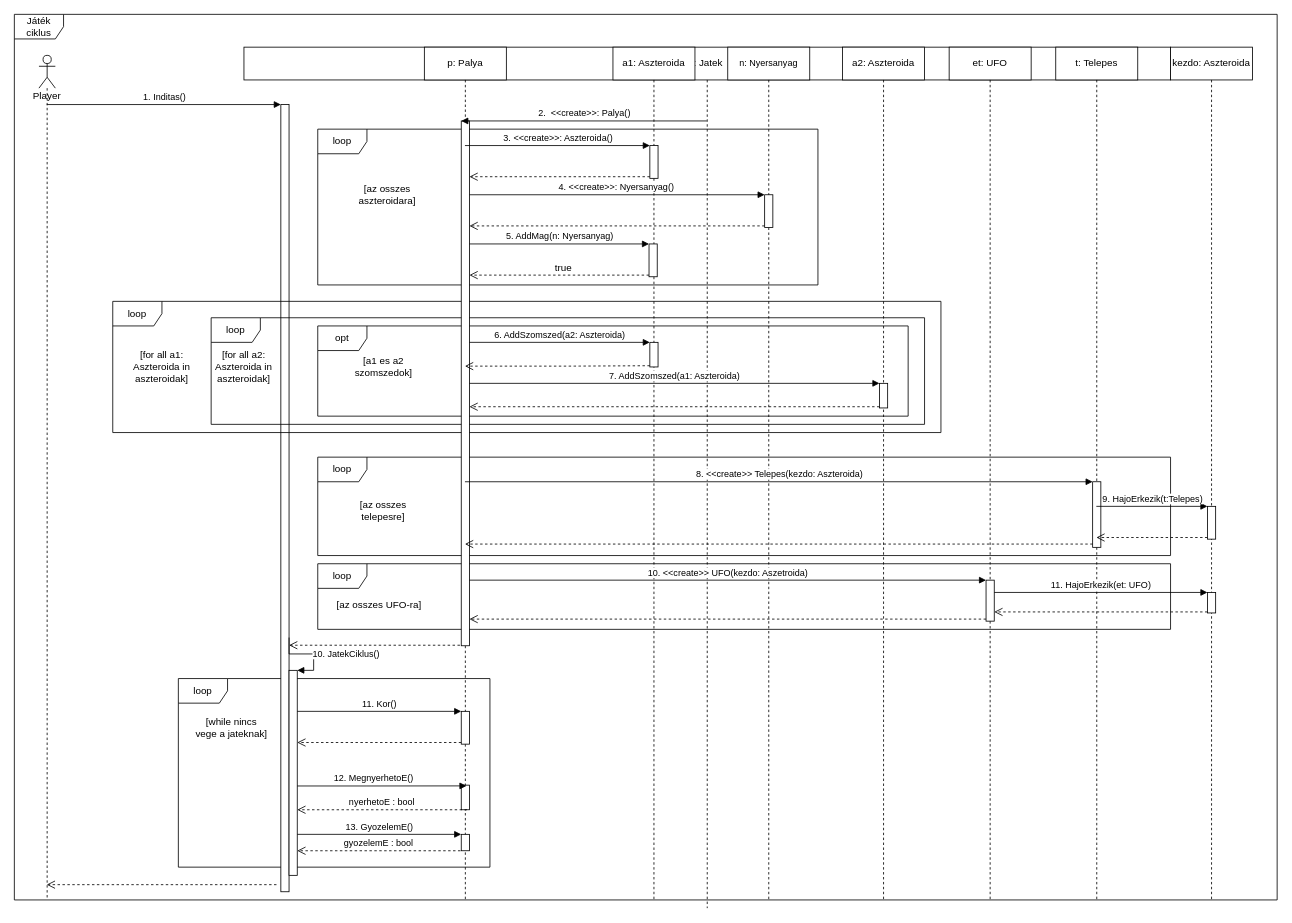
torpeBoiGo/aszteroidabanyaszat keeps this draw.io diagram as doc/szekvencia/szek_JatekCiklus.drawio. Above is the earlier version. Source tidied: cells renumbered, new cells numbered last; positions are measured from the earlier drawing's top-left corner, leaving out a move shared by most shapes. Both pictures are drawn from the tidied source at 82%, with x=0, y=0 at pixel (14, 14).
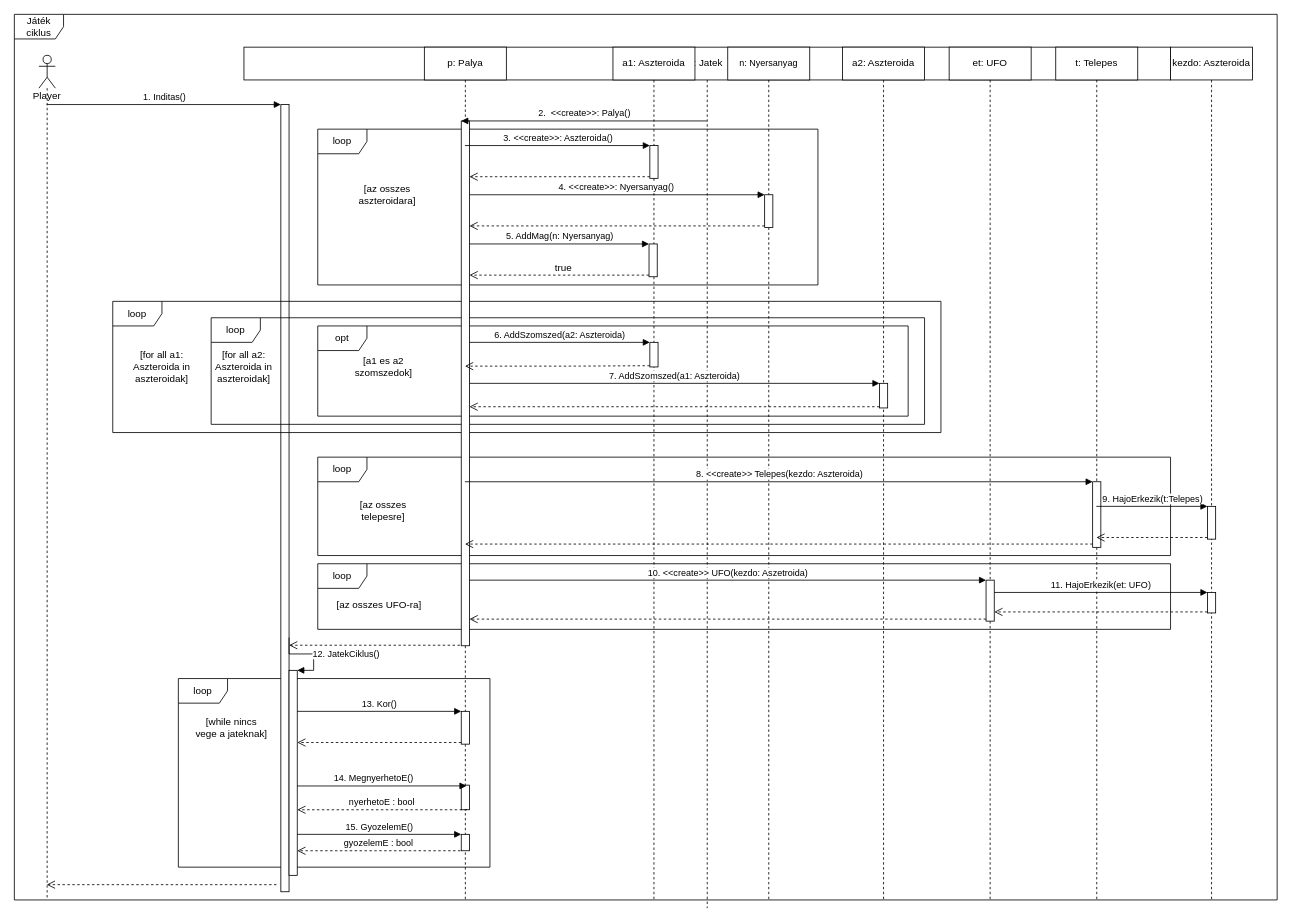
The same page after the edit.

Unchanged cells that the change refers to:
```xml
<mxCell id="5" value="j: Jatek" style="shape=umlLifeline;perimeter=lifelinePerimeter;whiteSpace=wrap;html=1;outlineConnect=0;" parent="1" vertex="1">
  <mxGeometry x="280" y="40" width="1130" height="1050" as="geometry" />
</mxCell>
<mxCell id="7" style="html=1;points=[];perimeter=orthogonalPerimeter;" parent="5" vertex="1">
  <mxGeometry x="55" y="760" width="10" height="250" as="geometry" />
</mxCell>
<mxCell id="19" style="html=1;points=[];perimeter=orthogonalPerimeter;" parent="18" vertex="1">
  <mxGeometry x="45" y="810" width="10" height="40" as="geometry" />
</mxCell>
<mxCell id="21" style="html=1;points=[];perimeter=orthogonalPerimeter;" parent="18" vertex="1">
  <mxGeometry x="45" y="900" width="10" height="30" as="geometry" />
</mxCell>
<mxCell id="22" style="html=1;points=[];perimeter=orthogonalPerimeter;" parent="18" vertex="1">
  <mxGeometry x="45" y="960" width="10" height="20" as="geometry" />
</mxCell>
```

Change to the diagram source:
```diff
@@
-    <mxCell id="8" value="10. JatekCiklus()" style="edgeStyle=orthogonalEdgeStyle;html=1;align=left;spacingLeft=2;endArrow=block;rounded=0;" parent="5" edge="1" target="7">
+    <mxCell id="8" value="12. JatekCiklus()" style="edgeStyle=orthogonalEdgeStyle;html=1;align=left;spacingLeft=2;endArrow=block;rounded=0;" parent="5" edge="1" target="7">
       <mxGeometry relative="1" as="geometry">
         <mxPoint x="55" y="720" as="sourcePoint" />
         <Array as="points">
           <mxPoint x="55" y="740" />
           <mxPoint x="85" y="740" />
           <mxPoint x="85" y="760" />
         </Array>
       </mxGeometry>
     </mxCell>
@@
-    <mxCell id="23" value="11. Kor()" style="html=1;verticalAlign=bottom;endArrow=block;entryX=0;entryY=0;" parent="1" edge="1" source="7" target="19">
+    <mxCell id="23" value="13. Kor()" style="html=1;verticalAlign=bottom;endArrow=block;entryX=0;entryY=0;" parent="1" edge="1" source="7" target="19">
       <mxGeometry relative="1" as="geometry" />
     </mxCell>
@@
-    <mxCell id="26" value="12. MegnyerhetoE()" style="html=1;verticalAlign=bottom;endArrow=block;entryX=0.64;entryY=0.03;entryDx=0;entryDy=0;entryPerimeter=0;rounded=0;" parent="1" edge="1" source="7" target="21">
+    <mxCell id="26" value="14. MegnyerhetoE()" style="html=1;verticalAlign=bottom;endArrow=block;entryX=0.64;entryY=0.03;entryDx=0;entryDy=0;entryPerimeter=0;rounded=0;" parent="1" edge="1" source="7" target="21">
       <mxGeometry x="-0.1" relative="1" as="geometry">
         <Array as="points">
           <mxPoint x="430" y="941" />
         </Array>
       </mxGeometry>
     </mxCell>
-    <mxCell id="27" value="13. GyozelemE()" style="html=1;verticalAlign=bottom;endArrow=block;rounded=0;" parent="1" edge="1" source="7" target="22">
+    <mxCell id="27" value="15. GyozelemE()" style="html=1;verticalAlign=bottom;endArrow=block;rounded=0;" parent="1" edge="1" source="7" target="22">
       <mxGeometry relative="1" as="geometry" />
     </mxCell>
```
